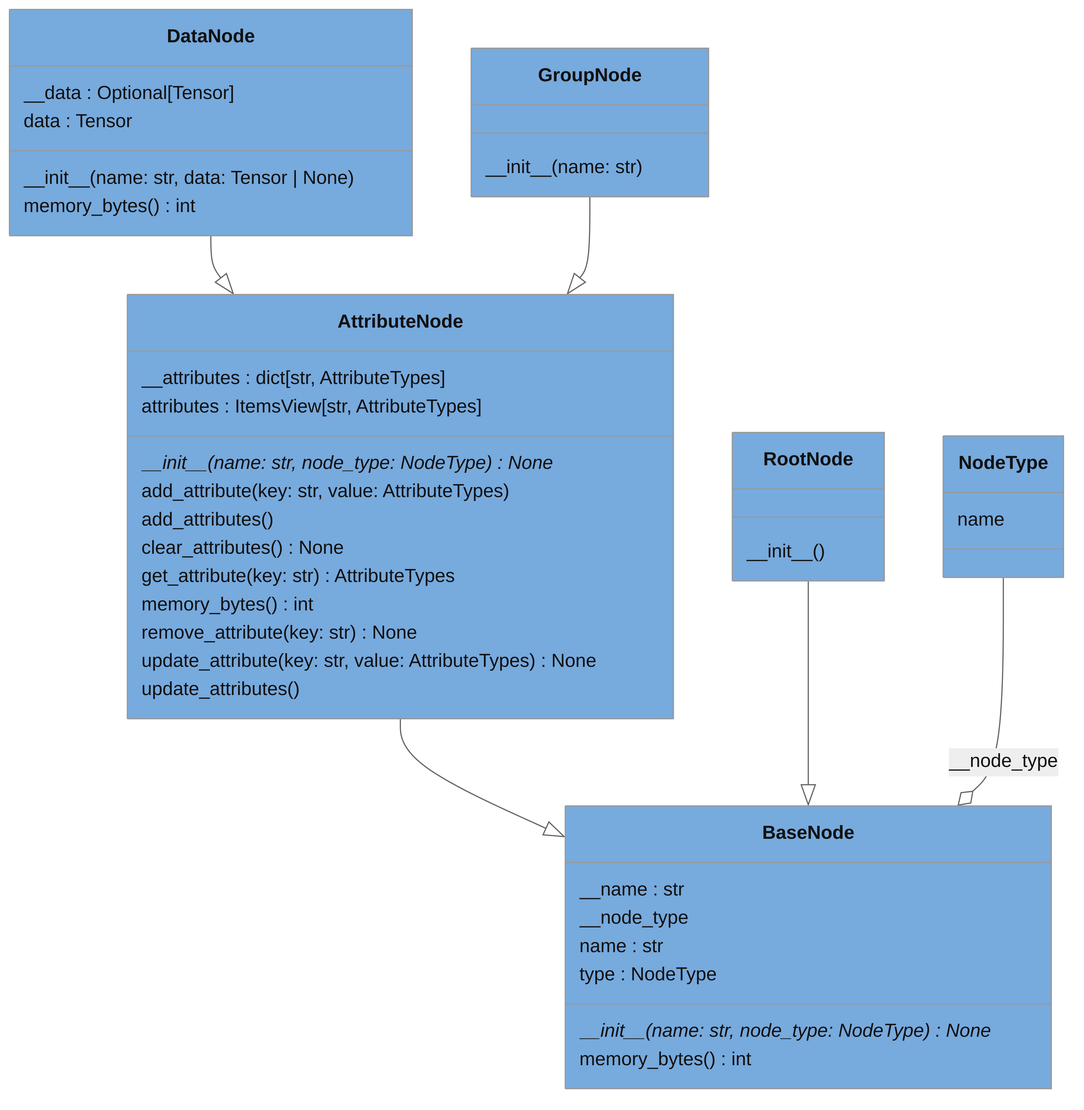
The Mermaid diagram docs/pyreverse/images/classes_Node_Hierarchy.png in voidsy-gmbh/pyThermoNDT, before a commit. Its source is kept beside it as docs/pyreverse/mermaid/classes_Node_Hierarchy.mmd.
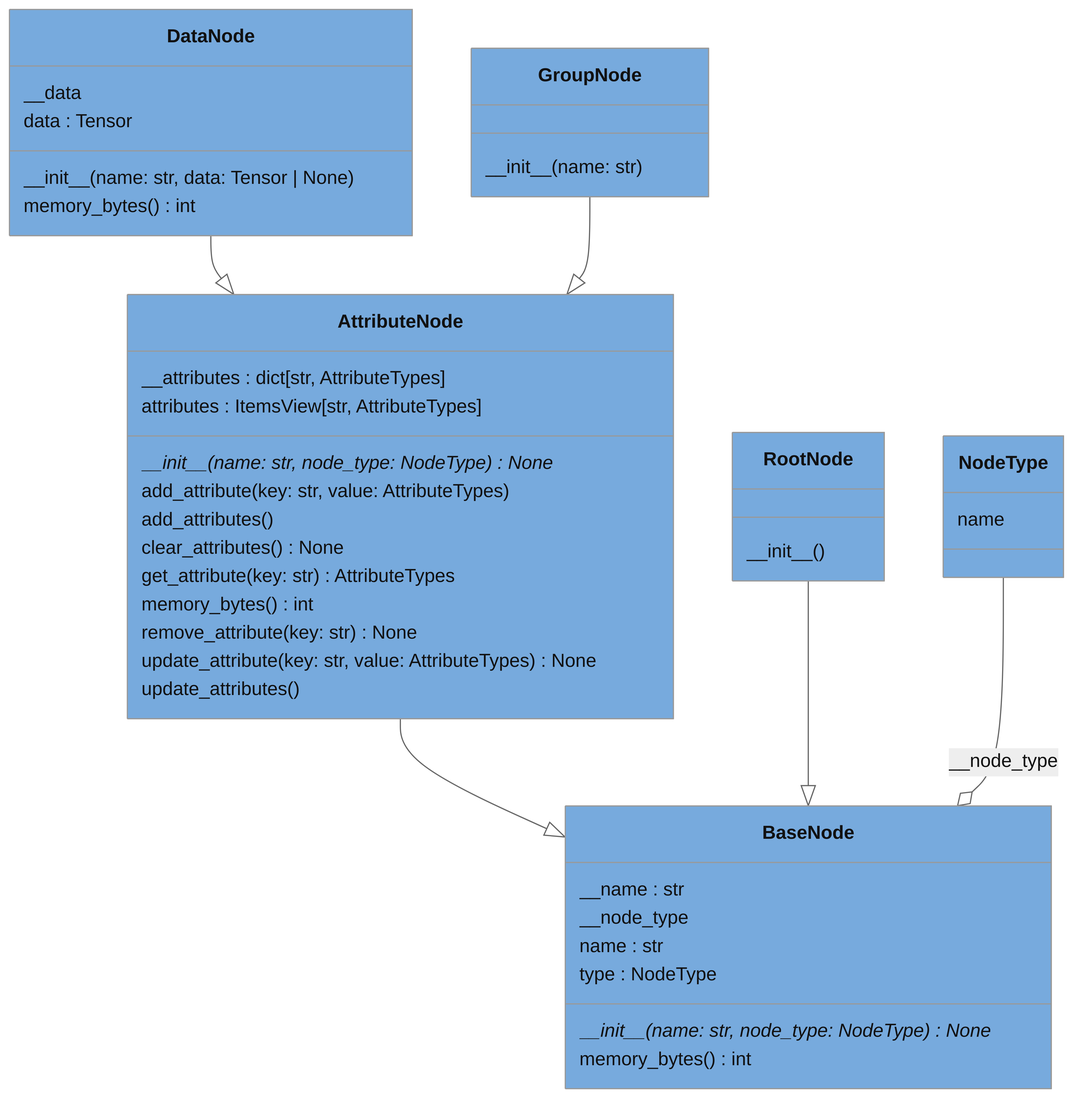
After the change.

The edit, as a diff of the source:
```diff
@@ -23,7 +23,7 @@
   }
   style BaseNode fill:#77AADD
   class DataNode {
-    \_\_data : Optional[Tensor]
+    \_\_data
     data : Tensor
     \_\_init\_\_(name: str, data: Tensor | None)
     memory_bytes() int
```
